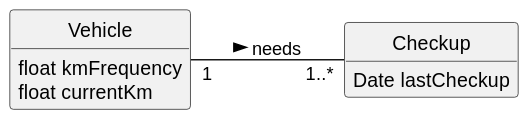
Above: docs/sprintA/us008/02.analysis/svg/us008-domain-model.svg in ricardomm7/leaflink (PlantUML), before the change.
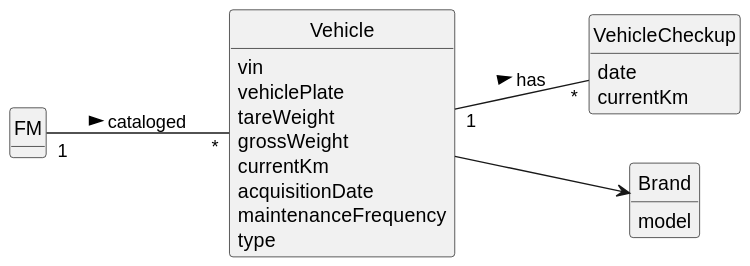
The same file after the commit.

Change to the diagram source:
```diff
@@ -9,14 +9,31 @@
 hide circle
 hide methods
 
-class Vehicle {
-    float kmFrequency
-    float currentKm
+class FM {
 }
 
-class Checkup {
-    Date lastCheckup
+class VehicleCheckup {
+    date
+    currentKm
 }
 
-Vehicle "1" -- "1..*" Checkup : needs >
+class Vehicle {
+vin
+vehiclePlate
+tareWeight
+grossWeight
+currentKm
+acquisitionDate
+maintenanceFrequency
+type
+}
+
+class Brand {
+model
+}
+
+
+Vehicle --> Brand
+FM "1" -- "*" Vehicle : cataloged >
+Vehicle "1" -- "*" VehicleCheckup : has >
 @enduml
```
